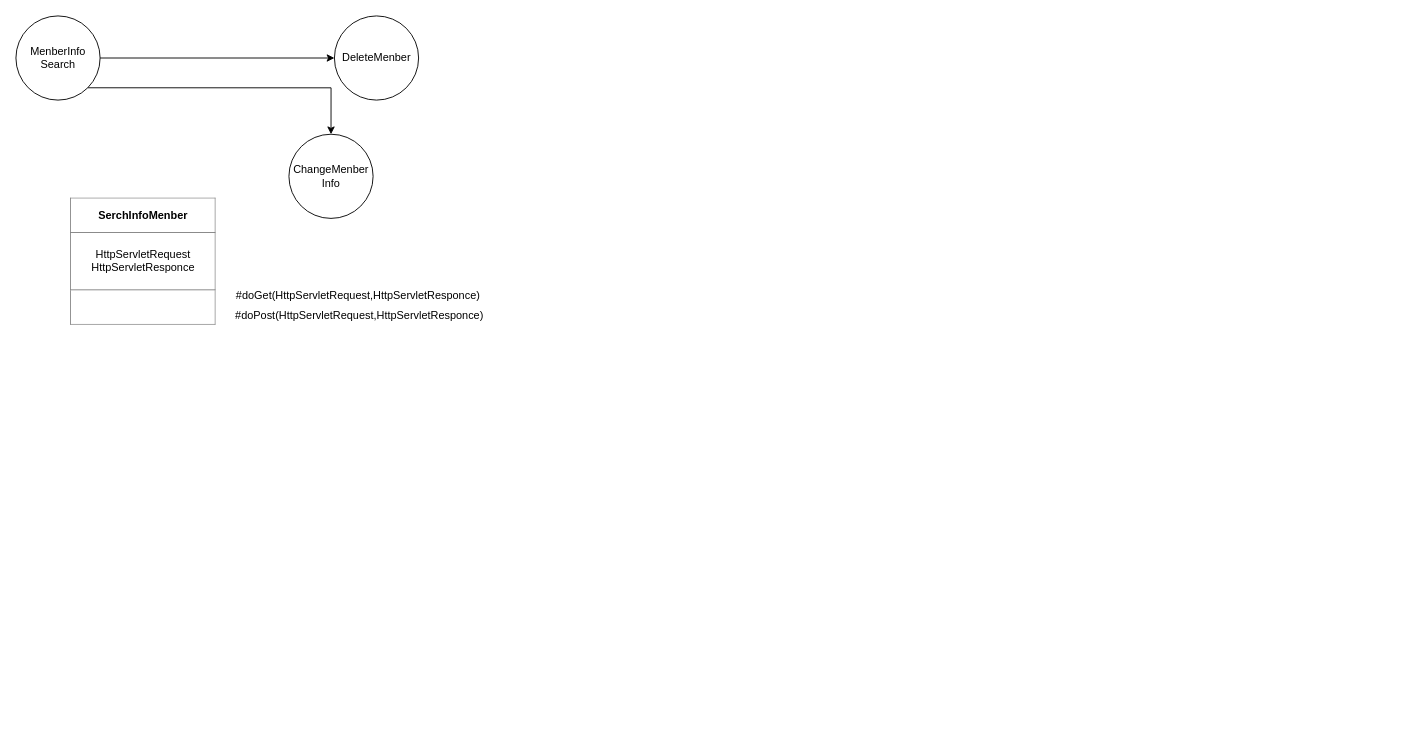
This is page "MenberInfoSearch" (4 of 4) of path/内部設計/クラス図.drawio from 2022java42-student004/Library, a draw.io file, before an edit. Source tidied: cells renumbered, new cells numbered last; positions are measured from the earlier drawing's top-left corner, leaving out a move shared by most shapes. Both pictures are drawn from the tidied source at 91%, with x=0, y=0 at pixel (15, 15).
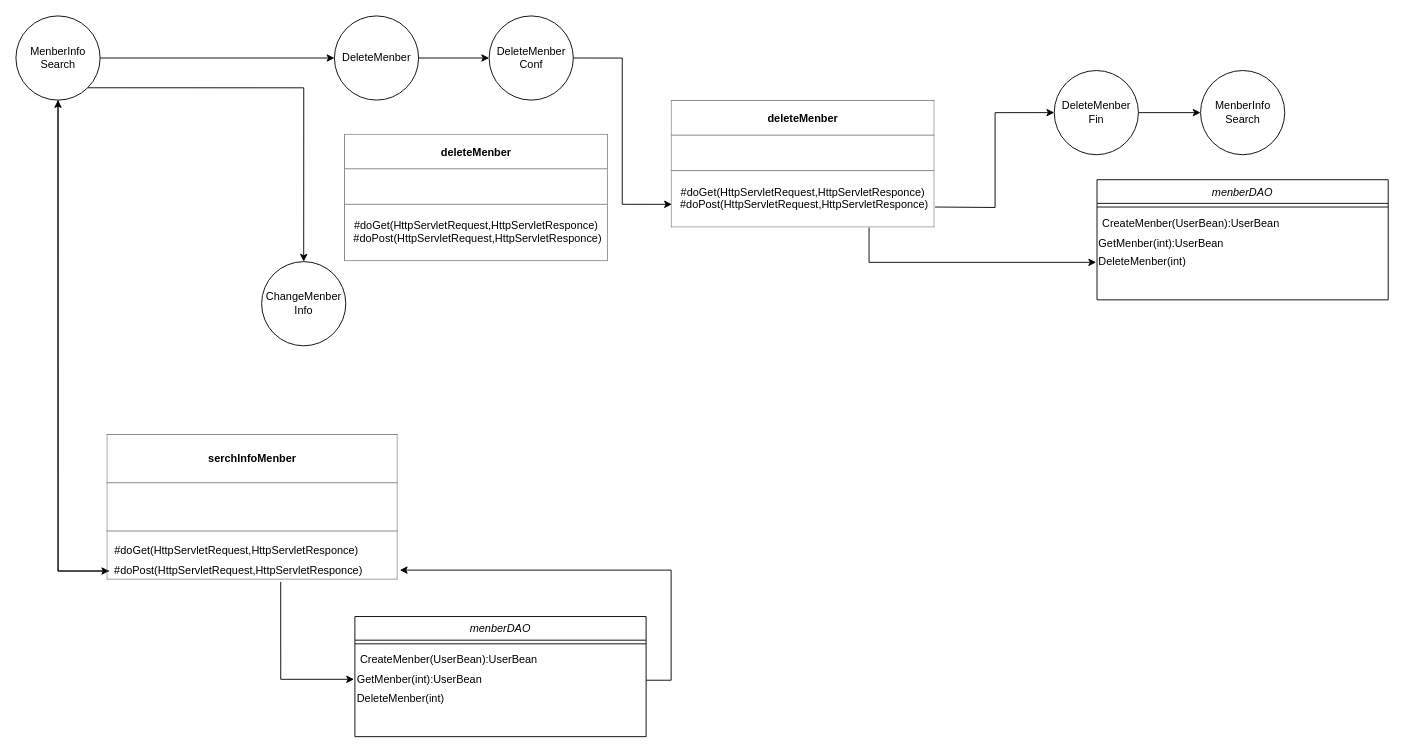
The same page after the edit.

The change refers to these unchanged cells:
```xml
<mxCell id="4" value="MenberInfo&lt;br&gt;Search" style="ellipse;whiteSpace=wrap;html=1;verticalAlign=middle;" parent="1" vertex="1">
  <mxGeometry width="92.5" height="92.5" as="geometry" />
</mxCell>
<mxCell id="5" value="DeleteMenber" style="ellipse;whiteSpace=wrap;html=1;verticalAlign=middle;" parent="1" vertex="1">
  <mxGeometry x="350" width="92.5" height="92.5" as="geometry" />
</mxCell>
```

Change to the diagram source:
```diff
@@
+    <mxCell id="10" style="edgeStyle=orthogonalEdgeStyle;rounded=0;jettySize=auto;html=1;exitX=0.5;exitY=1;exitDx=0;exitDy=0;entryX=0;entryY=0.5;entryDx=0;entryDy=0;entryPerimeter=0;" parent="1" edge="1" source="4" target="9">
+      <mxGeometry relative="1" as="geometry" />
+    </mxCell>
@@
+    <mxCell id="11" style="edgeStyle=orthogonalEdgeStyle;rounded=0;jettySize=auto;html=1;exitX=1;exitY=0.5;exitDx=0;exitDy=0;entryX=0;entryY=0.5;entryDx=0;entryDy=0;" parent="1" edge="1" source="5" target="18">
+      <mxGeometry relative="1" as="geometry" />
+    </mxCell>
@@
     <mxCell id="6" value="ChangeMenber&lt;br&gt;Info" style="ellipse;whiteSpace=wrap;html=1;verticalAlign=middle;" parent="1" vertex="1">
-      <mxGeometry x="300" y="130" width="92.5" height="92.5" as="geometry" />
+      <mxGeometry x="270" y="270" width="92.5" height="92.5" as="geometry" />
     </mxCell>
-    <mxCell id="7" value="&lt;table border=&quot;1&quot; width=&quot;100%&quot; height=&quot;100%&quot; cellpadding=&quot;4&quot; style=&quot;width:100%;height:100%;border-collapse:collapse;&quot;&gt;&lt;tbody&gt;&lt;tr&gt;&lt;th align=&quot;center&quot;&gt;SerchInfoMenber&lt;/th&gt;&lt;/tr&gt;&lt;tr&gt;&lt;td align=&quot;center&quot;&gt;HttpServletRequest&lt;br&gt;HttpServletResponce&lt;br&gt;&lt;/td&gt;&lt;/tr&gt;&lt;tr&gt;&lt;td align=&quot;center&quot;&gt;&lt;br&gt;&lt;/td&gt;&lt;/tr&gt;&lt;/tbody&gt;&lt;/table&gt;" style="text;html=1;strokeColor=none;fillColor=none;overflow=fill;" parent="1" vertex="1">
-      <mxGeometry x="60" y="200" width="160" height="140" as="geometry" />
+    <mxCell id="7" value="&lt;table border=&quot;1&quot; width=&quot;100%&quot; height=&quot;100%&quot; cellpadding=&quot;4&quot; style=&quot;width:100%;height:100%;border-collapse:collapse;&quot;&gt;&lt;tbody&gt;&lt;tr&gt;&lt;th align=&quot;center&quot;&gt;serchInfoMenber&lt;/th&gt;&lt;/tr&gt;&lt;tr&gt;&lt;td align=&quot;center&quot;&gt;&lt;br&gt;&lt;/td&gt;&lt;/tr&gt;&lt;tr&gt;&lt;td align=&quot;center&quot;&gt;&lt;br&gt;&lt;/td&gt;&lt;/tr&gt;&lt;/tbody&gt;&lt;/table&gt;" style="text;html=1;strokeColor=none;fillColor=none;overflow=fill;" parent="1" vertex="1">
+      <mxGeometry x="100" y="460" width="320" height="160" as="geometry" />
     </mxCell>
     <mxCell id="8" value="#doGet(HttpServletRequest,HttpServletResponce)" style="text;align=left;verticalAlign=top;spacingLeft=4;spacingRight=4;overflow=hidden;" parent="1" vertex="1">
-      <mxGeometry x="236.2" y="294" width="320" height="26" as="geometry" />
+      <mxGeometry x="102.5" y="574" width="320" height="26" as="geometry" />
     </mxCell>
+    <mxCell id="12" style="edgeStyle=orthogonalEdgeStyle;rounded=0;jettySize=auto;html=1;entryX=0.5;entryY=1;entryDx=0;entryDy=0;" parent="1" edge="1" source="9" target="4">
+      <mxGeometry relative="1" as="geometry" />
+    </mxCell>
+    <mxCell id="13" style="edgeStyle=orthogonalEdgeStyle;rounded=0;jettySize=auto;html=1;entryX=-0.003;entryY=0.45;entryDx=0;entryDy=0;entryPerimeter=0;exitX=0.589;exitY=1.1;exitDx=0;exitDy=0;exitPerimeter=0;" parent="1" edge="1" source="9" target="31">
+      <mxGeometry relative="1" as="geometry">
+        <Array as="points">
+          <mxPoint x="291" y="729" />
+        </Array>
+      </mxGeometry>
+    </mxCell>
     <mxCell id="9" value="&amp;nbsp;#doPost(HttpServletRequest,HttpServletResponce)" style="text;html=1;align=left;verticalAlign=middle;points=[];strokeColor=none;fillColor=none;" parent="1" vertex="1">
-      <mxGeometry x="236.2" y="320" width="320" height="20" as="geometry" />
+      <mxGeometry x="102.5" y="600" width="320" height="20" as="geometry" />
     </mxCell>
+    <mxCell id="14" style="edgeStyle=orthogonalEdgeStyle;rounded=0;jettySize=auto;html=1;entryX=0;entryY=0.5;entryDx=0;entryDy=0;" parent="1" edge="1" target="21">
+      <mxGeometry relative="1" as="geometry">
+        <mxPoint x="1010" y="210" as="sourcePoint" />
+      </mxGeometry>
+    </mxCell>
+    <mxCell id="15" style="edgeStyle=orthogonalEdgeStyle;rounded=0;jettySize=auto;html=1;exitX=0.75;exitY=1;exitDx=0;exitDy=0;entryX=-0.003;entryY=0.54;entryDx=0;entryDy=0;entryPerimeter=0;" parent="1" edge="1" source="16" target="26">
+      <mxGeometry relative="1" as="geometry" />
+    </mxCell>
+    <mxCell id="16" value="&lt;table border=&quot;1&quot; width=&quot;100%&quot; height=&quot;100%&quot; cellpadding=&quot;4&quot; style=&quot;width:100%;height:100%;border-collapse:collapse;&quot;&gt;&lt;tbody&gt;&lt;tr&gt;&lt;th align=&quot;center&quot;&gt;deleteMenber&lt;/th&gt;&lt;/tr&gt;&lt;tr&gt;&lt;td align=&quot;center&quot;&gt;&lt;br&gt;&lt;/td&gt;&lt;/tr&gt;&lt;tr&gt;&lt;td align=&quot;center&quot;&gt;#doGet(HttpServletRequest,HttpServletResponce)&lt;br&gt;&amp;nbsp;#doPost(HttpServletRequest,HttpServletResponce)&lt;br&gt;&lt;/td&gt;&lt;/tr&gt;&lt;/tbody&gt;&lt;/table&gt;" style="text;html=1;strokeColor=none;fillColor=none;overflow=fill;" parent="1" vertex="1">
+      <mxGeometry x="720" y="92.5" width="290" height="140" as="geometry" />
+    </mxCell>
+    <mxCell id="17" style="edgeStyle=orthogonalEdgeStyle;rounded=0;jettySize=auto;html=1;exitX=1;exitY=0.5;exitDx=0;exitDy=0;entryX=0.003;entryY=0.818;entryDx=0;entryDy=0;entryPerimeter=0;" parent="1" edge="1" source="18" target="16">
+      <mxGeometry relative="1" as="geometry" />
+    </mxCell>
+    <mxCell id="18" value="DeleteMenber&lt;br&gt;Conf" style="ellipse;whiteSpace=wrap;html=1;verticalAlign=middle;" parent="1" vertex="1">
+      <mxGeometry x="520" width="92.5" height="92.5" as="geometry" />
+    </mxCell>
+    <mxCell id="19" value="&lt;table border=&quot;1&quot; width=&quot;100%&quot; height=&quot;100%&quot; cellpadding=&quot;4&quot; style=&quot;width:100%;height:100%;border-collapse:collapse;&quot;&gt;&lt;tbody&gt;&lt;tr&gt;&lt;th align=&quot;center&quot;&gt;deleteMenber&lt;/th&gt;&lt;/tr&gt;&lt;tr&gt;&lt;td align=&quot;center&quot;&gt;&lt;br&gt;&lt;/td&gt;&lt;/tr&gt;&lt;tr&gt;&lt;td align=&quot;center&quot;&gt;#doGet(HttpServletRequest,HttpServletResponce)&lt;br&gt;&amp;nbsp;#doPost(HttpServletRequest,HttpServletResponce)&lt;br&gt;&lt;/td&gt;&lt;/tr&gt;&lt;/tbody&gt;&lt;/table&gt;" style="text;html=1;strokeColor=none;fillColor=none;overflow=fill;" parent="1" vertex="1">
+      <mxGeometry x="361" y="130" width="290" height="140" as="geometry" />
+    </mxCell>
+    <mxCell id="20" style="edgeStyle=orthogonalEdgeStyle;rounded=0;jettySize=auto;html=1;exitX=1;exitY=0.5;exitDx=0;exitDy=0;entryX=0;entryY=0.5;entryDx=0;entryDy=0;" parent="1" edge="1" source="21" target="27">
+      <mxGeometry relative="1" as="geometry" />
+    </mxCell>
+    <mxCell id="21" value="DeleteMenber&lt;br&gt;Fin" style="ellipse;whiteSpace=wrap;html=1;verticalAlign=middle;" parent="1" vertex="1">
+      <mxGeometry x="1141" y="60" width="92.5" height="92.5" as="geometry" />
+    </mxCell>
+    <mxCell id="22" value="menberDAO" style="swimlane;fontStyle=2;align=center;verticalAlign=top;horizontal=1;startSize=26;rounded=0;shadow=0;strokeWidth=1;" parent="1" vertex="1">
+      <mxGeometry x="1188" y="180" width="320" height="132" as="geometry" />
+    </mxCell>
+    <mxCell id="23" style="line;html=1;strokeWidth=1;align=left;verticalAlign=middle;spacingTop=-1;spacingLeft=3;spacingRight=3;labelPosition=right;" parent="22" vertex="1">
+      <mxGeometry y="26" width="320" height="8" as="geometry" />
+    </mxCell>
+    <mxCell id="24" value="CreateMenber(UserBean):UserBean" style="text;align=left;verticalAlign=top;spacingLeft=4;spacingRight=4;overflow=hidden;" parent="22" vertex="1">
+      <mxGeometry y="34" width="320" height="26" as="geometry" />
+    </mxCell>
+    <mxCell id="25" value="GetMenber(int):UserBean" style="text;html=1;align=left;verticalAlign=middle;strokeColor=none;fillColor=none;" parent="22" vertex="1">
+      <mxGeometry y="60" width="320" height="20" as="geometry" />
+    </mxCell>
+    <mxCell id="26" value="DeleteMenber(int)" style="text;html=1;align=left;verticalAlign=middle;points=[];strokeColor=none;fillColor=none;" parent="22" vertex="1">
+      <mxGeometry y="80" width="320" height="20" as="geometry" />
+    </mxCell>
+    <mxCell id="27" value="MenberInfo&lt;br&gt;Search" style="ellipse;whiteSpace=wrap;html=1;verticalAlign=middle;" parent="1" vertex="1">
+      <mxGeometry x="1301.8" y="60" width="92.5" height="92.5" as="geometry" />
+    </mxCell>
+    <mxCell id="28" value="menberDAO" style="swimlane;fontStyle=2;align=center;verticalAlign=top;horizontal=1;startSize=26;rounded=0;shadow=0;strokeWidth=1;" parent="1" vertex="1">
+      <mxGeometry x="372.5" y="660" width="320" height="132" as="geometry" />
+    </mxCell>
+    <mxCell id="29" style="line;html=1;strokeWidth=1;align=left;verticalAlign=middle;spacingTop=-1;spacingLeft=3;spacingRight=3;labelPosition=right;" parent="28" vertex="1">
+      <mxGeometry y="26" width="320" height="8" as="geometry" />
+    </mxCell>
+    <mxCell id="30" value="CreateMenber(UserBean):UserBean" style="text;align=left;verticalAlign=top;spacingLeft=4;spacingRight=4;overflow=hidden;" parent="28" vertex="1">
+      <mxGeometry y="34" width="320" height="26" as="geometry" />
+    </mxCell>
+    <mxCell id="31" value="GetMenber(int):UserBean" style="text;html=1;align=left;verticalAlign=middle;points=[];strokeColor=none;fillColor=none;" parent="28" vertex="1">
+      <mxGeometry y="60" width="320" height="20" as="geometry" />
+    </mxCell>
+    <mxCell id="32" value="DeleteMenber(int)" style="text;html=1;align=left;verticalAlign=middle;strokeColor=none;fillColor=none;" parent="28" vertex="1">
+      <mxGeometry y="80" width="320" height="20" as="geometry" />
+    </mxCell>
+    <mxCell id="33" style="edgeStyle=orthogonalEdgeStyle;rounded=0;jettySize=auto;html=1;entryX=0.998;entryY=0.45;entryDx=0;entryDy=0;entryPerimeter=0;" parent="1" edge="1" source="31" target="9">
+      <mxGeometry relative="1" as="geometry">
+        <Array as="points">
+          <mxPoint x="720" y="730" />
+          <mxPoint x="720" y="609" />
+        </Array>
+      </mxGeometry>
+    </mxCell>
```
